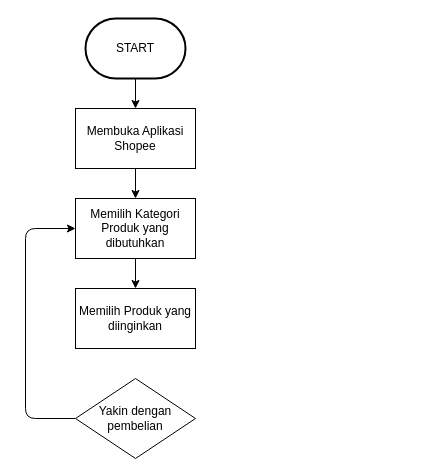
Earlier version of the draw.io diagram flowchart.drawio (AngelicaChristina/Angelica_Christina-Pembelian_Barang_Shopee). Source tidied: cells renumbered, new cells numbered last; positions are measured from the earlier drawing's top-left corner, leaving out a move shared by most shapes. Both pictures are drawn from the tidied source at 100%, with x=0, y=0 at pixel (25, 18).
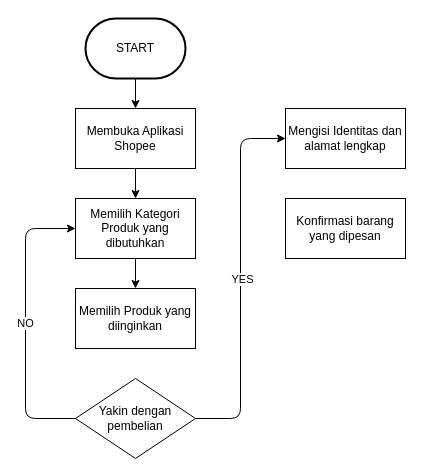
The same page after the edit.

Commit message:
Pengkondisian jika jawaban yes

The edit, as a diff of the source:
```diff
@@
 <mxGraphModel>
   <root>
     <mxCell id="0" />
     <mxCell id="1" parent="0" />
     <mxCell id="2" style="edgeStyle=none;html=1;exitX=0.5;exitY=1;exitDx=0;exitDy=0;exitPerimeter=0;" parent="1" edge="1" source="3" target="5">
       <mxGeometry relative="1" as="geometry" />
     </mxCell>
     <mxCell id="3" value="START" style="strokeWidth=2;html=1;shape=mxgraph.flowchart.terminator;whiteSpace=wrap;" parent="1" vertex="1">
       <mxGeometry x="60" width="100" height="60" as="geometry" />
     </mxCell>
     <mxCell id="4" style="edgeStyle=none;html=1;exitX=0.5;exitY=1;exitDx=0;exitDy=0;entryX=0.5;entryY=0;entryDx=0;entryDy=0;" parent="1" edge="1" source="5" target="7">
       <mxGeometry relative="1" as="geometry" />
     </mxCell>
     <mxCell id="5" value="Membuka Aplikasi Shopee" style="rounded=0;whiteSpace=wrap;html=1;" parent="1" vertex="1">
       <mxGeometry x="50" y="90" width="120" height="60" as="geometry" />
     </mxCell>
     <mxCell id="6" style="edgeStyle=none;html=1;exitX=0.5;exitY=1;exitDx=0;exitDy=0;" parent="1" edge="1" source="7" target="8">
       <mxGeometry relative="1" as="geometry" />
     </mxCell>
     <mxCell id="7" value="Memilih Kategori Produk yang dibutuhkan" style="rounded=0;whiteSpace=wrap;html=1;" parent="1" vertex="1">
       <mxGeometry x="50" y="180" width="120" height="60" as="geometry" />
     </mxCell>
     <mxCell id="8" value="Memilih Produk yang diinginkan" style="rounded=0;whiteSpace=wrap;html=1;" parent="1" vertex="1">
       <mxGeometry x="50" y="270" width="120" height="60" as="geometry" />
     </mxCell>
-    <mxCell id="9" style="edgeStyle=orthogonalEdgeStyle;html=1;exitX=0;exitY=0.5;exitDx=0;exitDy=0;entryX=0;entryY=0.5;entryDx=0;entryDy=0;" parent="1" edge="1" source="10" target="7">
+    <mxCell id="9" value="NO" style="edgeStyle=orthogonalEdgeStyle;html=1;exitX=0;exitY=0.5;exitDx=0;exitDy=0;entryX=0;entryY=0.5;entryDx=0;entryDy=0;" parent="1" edge="1" source="10" target="7">
       <mxGeometry relative="1" as="geometry">
         <Array as="points">
           <mxPoint y="400" />
           <mxPoint y="210" />
         </Array>
       </mxGeometry>
     </mxCell>
+    <mxCell id="11" style="edgeStyle=orthogonalEdgeStyle;html=1;entryX=0;entryY=0.5;entryDx=0;entryDy=0;" parent="1" edge="1" source="10" target="13">
+      <mxGeometry relative="1" as="geometry" />
+    </mxCell>
+    <mxCell id="12" value="YES" style="edgeLabel;html=1;align=center;verticalAlign=middle;" parent="11" vertex="1">
+      <mxGeometry y="-1" relative="1" as="geometry" />
+    </mxCell>
     <mxCell id="10" value="Yakin dengan pembelian" style="rhombus;whiteSpace=wrap;html=1;" parent="1" vertex="1">
       <mxGeometry x="50" y="360" width="120" height="80" as="geometry" />
     </mxCell>
+    <mxCell id="13" value="Mengisi Identitas dan alamat lengkap" style="rounded=0;whiteSpace=wrap;html=1;" parent="1" vertex="1">
+      <mxGeometry x="260" y="90" width="120" height="60" as="geometry" />
+    </mxCell>
+    <mxCell id="14" value="Konfirmasi barang yang dipesan" style="rounded=0;whiteSpace=wrap;html=1;" parent="1" vertex="1">
+      <mxGeometry x="260" y="180" width="120" height="60" as="geometry" />
+    </mxCell>
   </root>
 </mxGraphModel>
```
